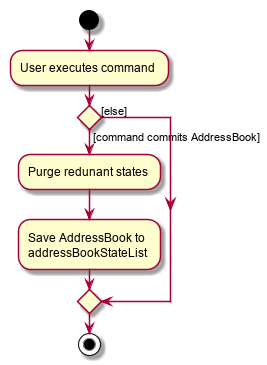
Before: docs/images/CommitActivityDiagram.png, a diagram exported from PlantUML (nus-cs2103-AY2021S1/tp).
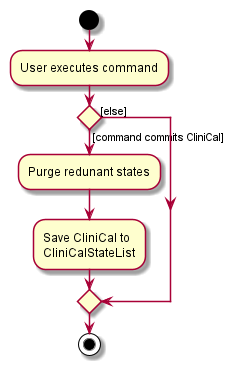
Later version of the same file.

The edit, as a diff of the source:
```diff
@@ -3,10 +3,10 @@
 :User executes command;
 
 
-if () then ([command commits AddressBook])
+if () then ([command commits CliniCal])
     :Purge redunant states;
-    :Save AddressBook to
-    addressBookStateList;
+    :Save CliniCal to
+    CliniCalStateList;
 else ([else])
 endif
 stop
```
